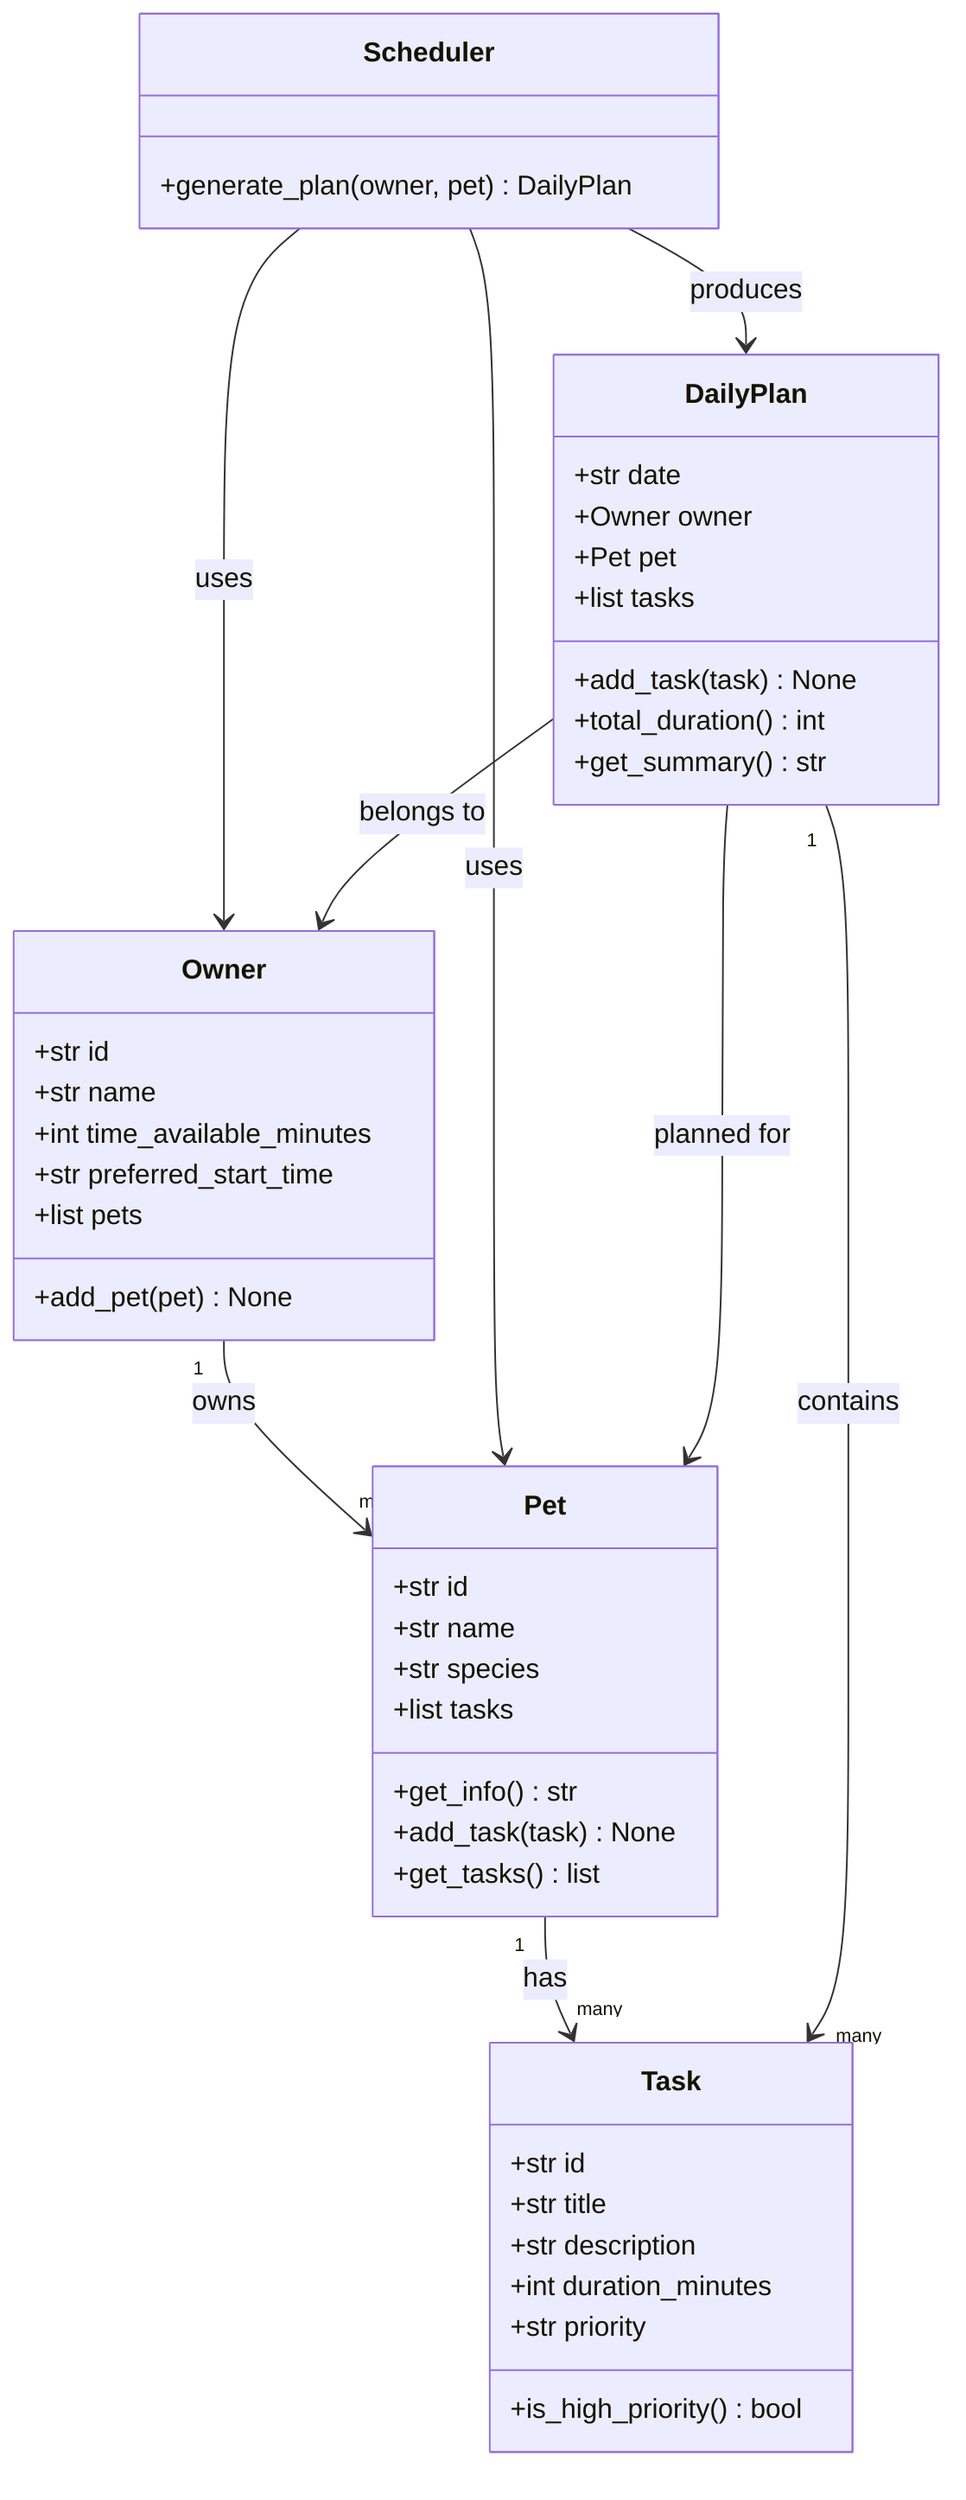
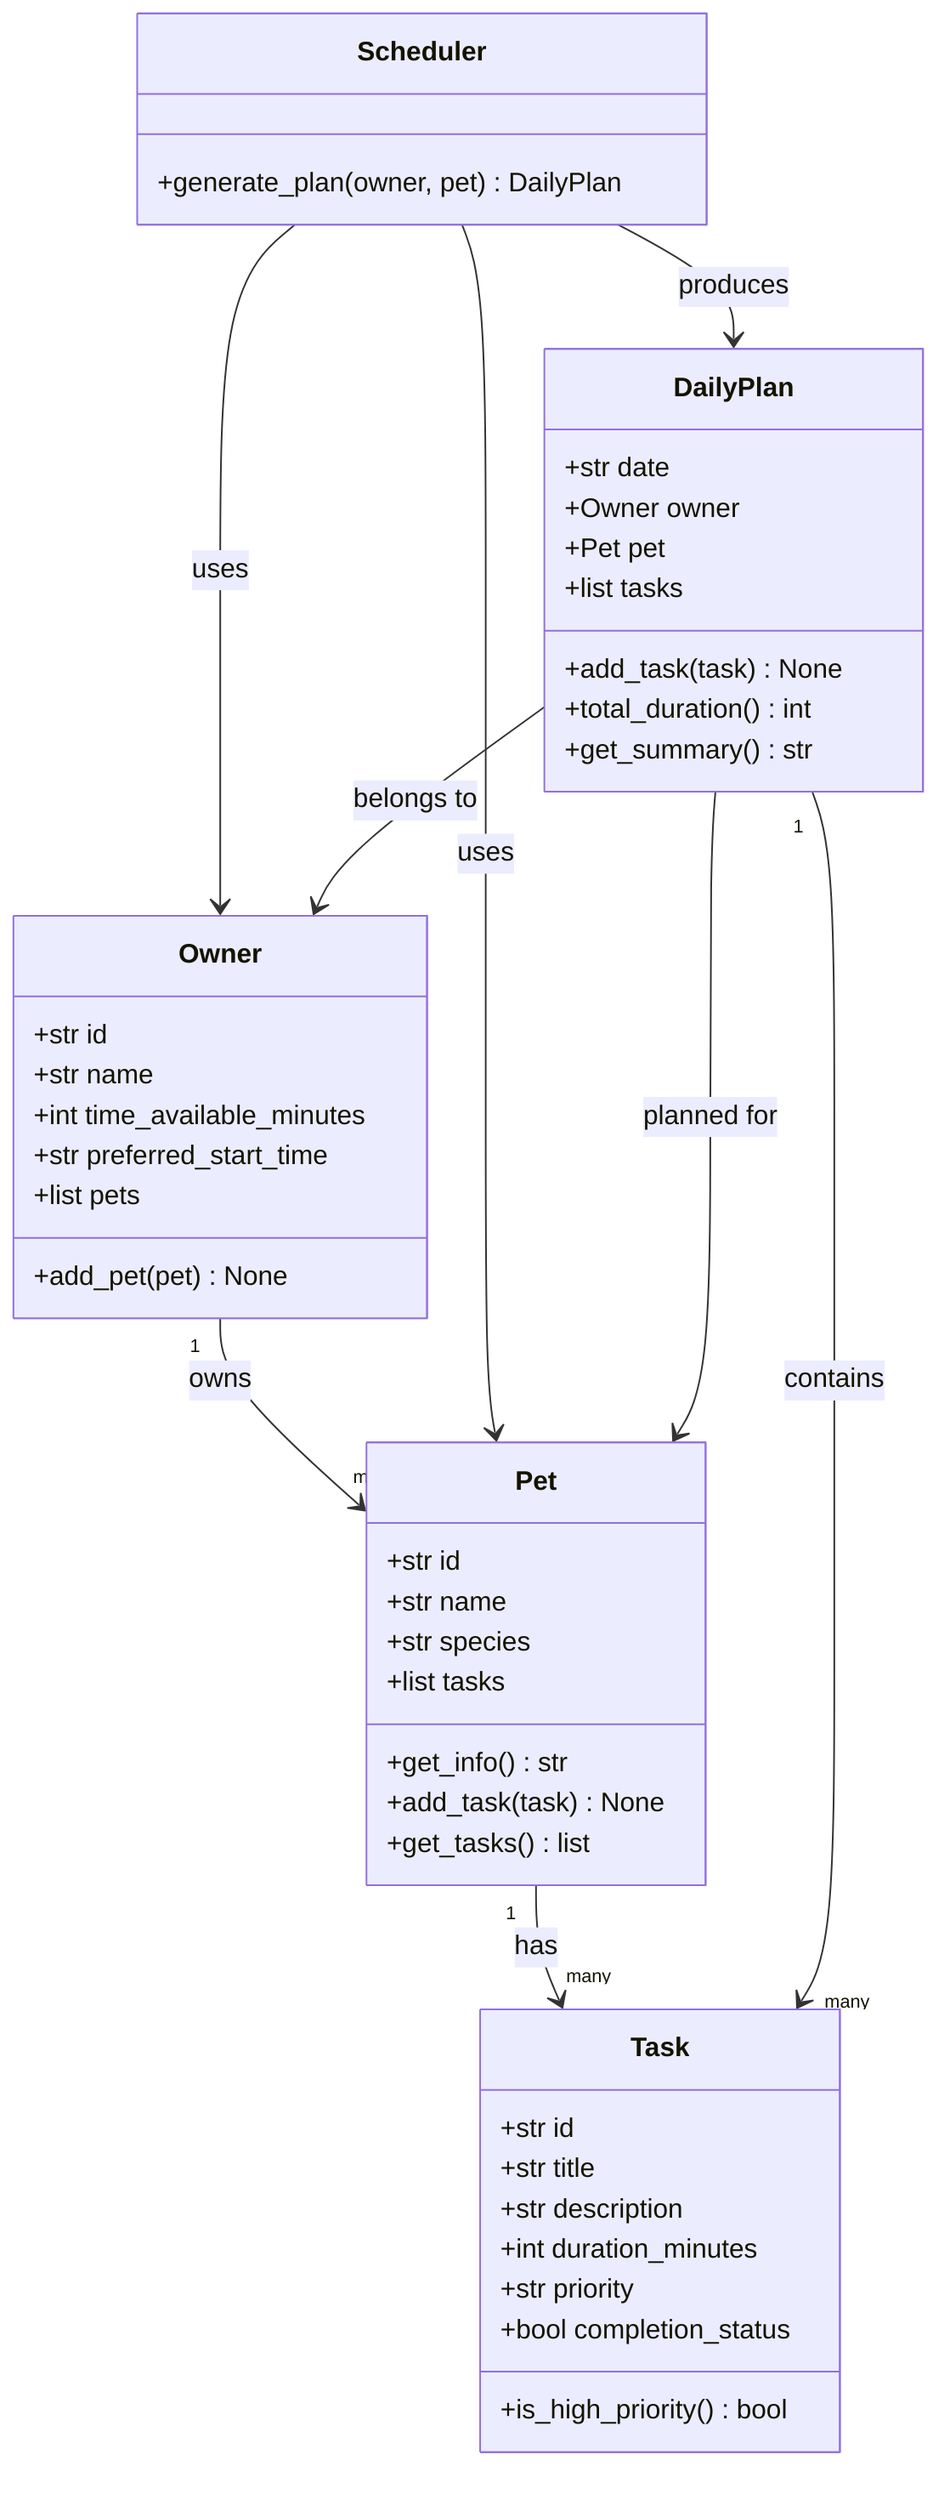
classDiagram
    class Pet {
        +str id
        +str name
        +str species
        +list tasks
        +get_info() str
        +add_task(task) None
        +get_tasks() list
    }

    class Owner {
        +str id
        +str name
        +int time_available_minutes
        +str preferred_start_time
        +list pets
        +add_pet(pet) None
    }

    class Task {
        +str id
        +str title
        +str description
        +int duration_minutes
        +str priority
+         +bool completion_status
        +is_high_priority() bool
    }

    class DailyPlan {
        +str date
        +Owner owner
        +Pet pet
        +list tasks
        +add_task(task) None
        +total_duration() int
        +get_summary() str
    }

    class Scheduler {
        +generate_plan(owner, pet) DailyPlan
    }

    Owner "1" --> "many" Pet : owns
    Pet "1" --> "many" Task : has
    Scheduler --> Owner : uses
    Scheduler --> Pet : uses
    Scheduler --> DailyPlan : produces
    DailyPlan "1" --> "many" Task : contains
    DailyPlan --> Pet : planned for
    DailyPlan --> Owner : belongs to
